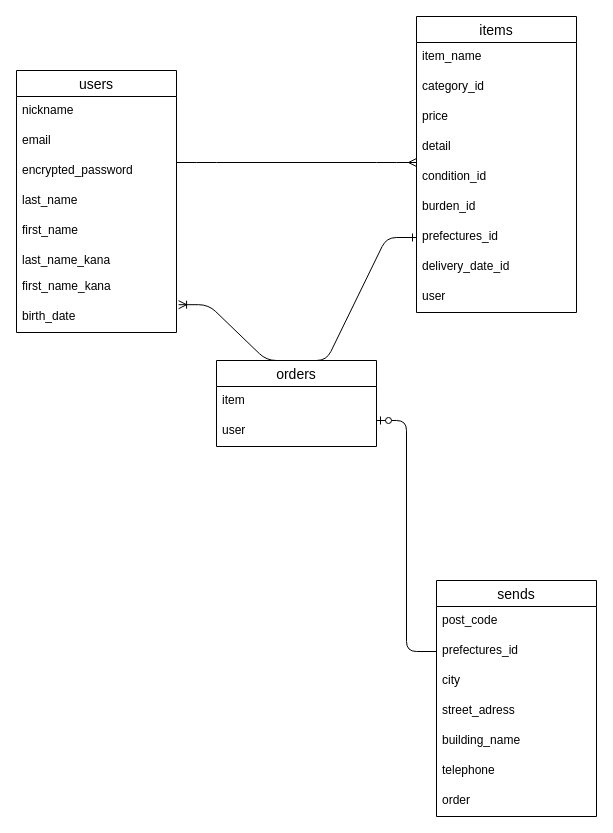
kamonaoki/furima-41005 keeps this draw.io diagram as er.dio. Above is the earlier version. Source tidied: cells renumbered, new cells numbered last; positions are measured from the earlier drawing's top-left corner, leaving out a move shared by most shapes. Both pictures are drawn from the tidied source at 100%, with x=0, y=0 at pixel (16, 16).
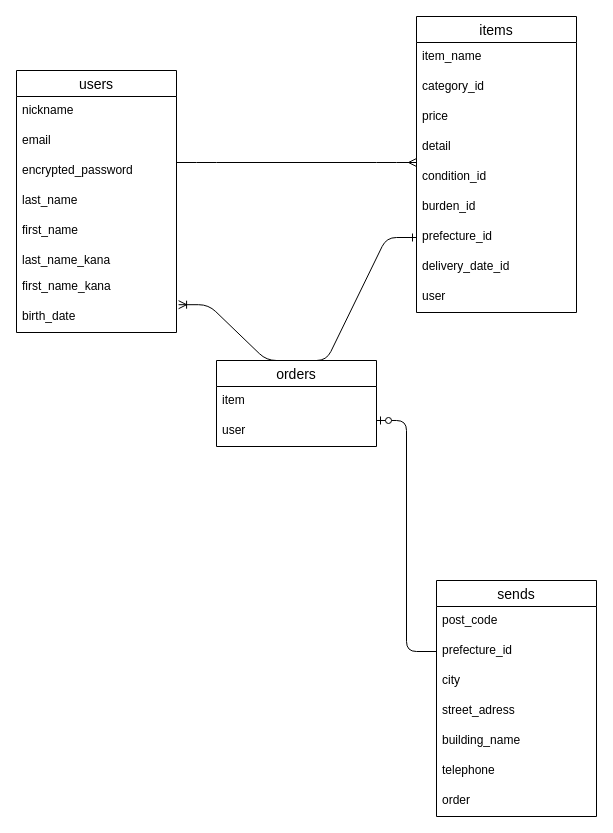
The same diagram, later.

Commit message (it also covers changes not shown here):
カラム名からsを削除

The change refers to these unchanged cells:
```xml
<mxCell id="11" value="items" style="swimlane;fontStyle=0;horizontal=1;startSize=26;align=center;fontSize=14;" parent="1" vertex="1">
  <mxGeometry x="400" width="160" height="296" as="geometry" />
</mxCell>
<mxCell id="24" value="sends" style="swimlane;fontStyle=0;horizontal=1;startSize=26;align=center;fontSize=14;" parent="1" vertex="1">
  <mxGeometry x="420" y="564" width="160" height="236" as="geometry" />
</mxCell>
```

Change to the diagram source:
```diff
@@
-    <mxCell id="18" value="prefectures_id" style="text;strokeColor=none;fillColor=none;spacingLeft=4;spacingRight=4;overflow=hidden;points=[[0,0.5],[1,0.5]];portConstraint=eastwest;fontSize=12;" parent="11" vertex="1">
+    <mxCell id="18" value="prefecture_id" style="text;strokeColor=none;fillColor=none;spacingLeft=4;spacingRight=4;overflow=hidden;points=[[0,0.5],[1,0.5]];portConstraint=eastwest;fontSize=12;" parent="11" vertex="1">
       <mxGeometry y="206" width="160" height="30" as="geometry" />
     </mxCell>
@@
-    <mxCell id="26" value="prefectures_id" style="text;strokeColor=none;fillColor=none;spacingLeft=4;spacingRight=4;overflow=hidden;points=[[0,0.5],[1,0.5]];portConstraint=eastwest;fontSize=12;" parent="24" vertex="1">
+    <mxCell id="26" value="prefecture_id" style="text;strokeColor=none;fillColor=none;spacingLeft=4;spacingRight=4;overflow=hidden;points=[[0,0.5],[1,0.5]];portConstraint=eastwest;fontSize=12;" parent="24" vertex="1">
       <mxGeometry y="56" width="160" height="30" as="geometry" />
     </mxCell>
```
